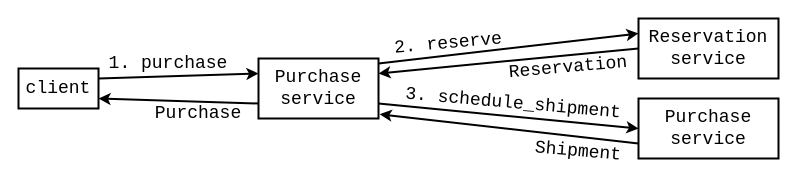
Earlier version of the draw.io diagram drawio/dive-deeper/error_handling-wrapping.drawio (rust-for-backend-developers/rust-for-backend-developers.github.io). Source tidied: cells renumbered, new cells numbered last; positions are measured from the earlier drawing's top-left corner, leaving out a move shared by most shapes. Both pictures are drawn from the tidied source at 100%, with x=0, y=0 at pixel (18, 18).
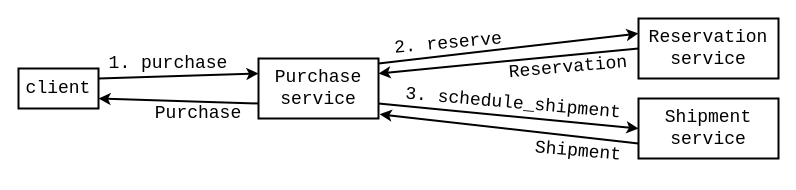
After the change.

What changed in the source:
```diff
@@
 <mxGraphModel>
   <root>
     <mxCell id="0" />
     <mxCell id="1" parent="0" />
     <mxCell id="2" style="rounded=0;jettySize=auto;html=1;exitX=1;exitY=0.25;exitDx=0;exitDy=0;entryX=0;entryY=0.25;entryDx=0;entryDy=0;strokeWidth=2;" parent="1" edge="1" source="3" target="7">
       <mxGeometry relative="1" as="geometry" />
     </mxCell>
     <mxCell id="3" value="&lt;font style=&quot;font-size: 18px;&quot; face=&quot;Courier New&quot;&gt;client&lt;/font&gt;" style="rounded=0;whiteSpace=wrap;html=1;fillColor=none;strokeWidth=2;" parent="1" vertex="1">
       <mxGeometry y="50" width="80" height="40" as="geometry" />
     </mxCell>
     <mxCell id="4" style="rounded=0;jettySize=auto;html=1;exitX=0;exitY=0.75;exitDx=0;exitDy=0;entryX=1;entryY=0.75;entryDx=0;entryDy=0;strokeWidth=2;" parent="1" edge="1" source="7" target="3">
       <mxGeometry relative="1" as="geometry" />
     </mxCell>
     <mxCell id="5" style="rounded=0;jettySize=auto;html=1;exitX=1;exitY=0.083;exitDx=0;exitDy=0;entryX=0;entryY=0.25;entryDx=0;entryDy=0;strokeWidth=2;exitPerimeter=0;" parent="1" edge="1" source="7" target="9">
       <mxGeometry relative="1" as="geometry" />
     </mxCell>
     <mxCell id="6" style="rounded=0;jettySize=auto;html=1;exitX=1;exitY=0.75;exitDx=0;exitDy=0;entryX=0;entryY=0.5;entryDx=0;entryDy=0;strokeWidth=2;" parent="1" edge="1" source="7" target="11">
       <mxGeometry relative="1" as="geometry" />
     </mxCell>
     <mxCell id="7" value="&lt;font face=&quot;Courier New&quot; style=&quot;font-size: 18px;&quot;&gt;Purchase&lt;br&gt;service&lt;/font&gt;" style="rounded=0;whiteSpace=wrap;html=1;strokeWidth=2;fillColor=none;" parent="1" vertex="1">
       <mxGeometry x="240" y="40" width="120" height="60" as="geometry" />
     </mxCell>
     <mxCell id="8" style="rounded=0;jettySize=auto;html=1;exitX=0;exitY=0.5;exitDx=0;exitDy=0;entryX=1;entryY=0.25;entryDx=0;entryDy=0;strokeWidth=2;" parent="1" edge="1" source="9" target="7">
       <mxGeometry relative="1" as="geometry" />
     </mxCell>
     <mxCell id="9" value="&lt;font face=&quot;Courier New&quot; style=&quot;font-size: 18px;&quot;&gt;Reservation&lt;br&gt;service&lt;/font&gt;" style="rounded=0;whiteSpace=wrap;html=1;strokeWidth=2;fillColor=none;" parent="1" vertex="1">
       <mxGeometry x="620" width="140" height="60" as="geometry" />
     </mxCell>
     <mxCell id="10" style="rounded=0;jettySize=auto;html=1;exitX=0;exitY=0.75;exitDx=0;exitDy=0;entryX=1.01;entryY=0.929;entryDx=0;entryDy=0;strokeWidth=2;entryPerimeter=0;" parent="1" edge="1" source="11" target="7">
       <mxGeometry relative="1" as="geometry" />
     </mxCell>
-    <mxCell id="11" value="&lt;font face=&quot;Courier New&quot; style=&quot;font-size: 18px;&quot;&gt;Purchase&lt;br&gt;service&lt;/font&gt;" style="rounded=0;whiteSpace=wrap;html=1;strokeWidth=2;fillColor=none;" parent="1" vertex="1">
+    <mxCell id="11" value="&lt;font face=&quot;Courier New&quot; style=&quot;font-size: 18px;&quot;&gt;Shipment&lt;br&gt;service&lt;/font&gt;" style="rounded=0;whiteSpace=wrap;html=1;strokeWidth=2;fillColor=none;" parent="1" vertex="1">
       <mxGeometry x="620" y="80" width="140" height="60" as="geometry" />
     </mxCell>
     <mxCell id="12" value="&lt;font style=&quot;font-size: 18px;&quot; face=&quot;Courier New&quot;&gt;1. purchase&lt;/font&gt;" style="text;html=1;whiteSpace=wrap;strokeColor=none;fillColor=none;align=center;verticalAlign=middle;rounded=0;" parent="1" vertex="1">
       <mxGeometry x="80" y="30" width="140" height="30" as="geometry" />
     </mxCell>
     <mxCell id="13" value="&lt;font style=&quot;font-size: 18px;&quot; face=&quot;Courier New&quot;&gt;Purchase&lt;/font&gt;" style="text;html=1;whiteSpace=wrap;strokeColor=none;fillColor=none;align=center;verticalAlign=middle;rounded=0;" parent="1" vertex="1">
       <mxGeometry x="110" y="80" width="140" height="30" as="geometry" />
     </mxCell>
     <mxCell id="14" value="&lt;font style=&quot;font-size: 18px;&quot; face=&quot;Courier New&quot;&gt;2. reserve&lt;/font&gt;" style="text;html=1;whiteSpace=wrap;strokeColor=none;fillColor=none;align=center;verticalAlign=middle;rounded=0;rotation=355;" parent="1" vertex="1">
       <mxGeometry x="360" y="10" width="140" height="30" as="geometry" />
     </mxCell>
     <mxCell id="15" value="&lt;font style=&quot;font-size: 18px;&quot; face=&quot;Courier New&quot;&gt;Reservation&lt;/font&gt;" style="text;html=1;whiteSpace=wrap;strokeColor=none;fillColor=none;align=center;verticalAlign=middle;rounded=0;rotation=355;" parent="1" vertex="1">
       <mxGeometry x="480" y="34" width="140" height="30" as="geometry" />
     </mxCell>
     <mxCell id="16" value="&lt;font style=&quot;font-size: 18px;&quot; face=&quot;Courier New&quot;&gt;3. schedule_shipment&lt;/font&gt;" style="text;html=1;whiteSpace=wrap;strokeColor=none;fillColor=none;align=center;verticalAlign=middle;rounded=0;rotation=5;" parent="1" vertex="1">
       <mxGeometry x="385" y="70" width="220" height="30" as="geometry" />
     </mxCell>
     <mxCell id="17" value="&lt;font style=&quot;font-size: 18px;&quot; face=&quot;Courier New&quot;&gt;Shipment&lt;/font&gt;" style="text;html=1;whiteSpace=wrap;strokeColor=none;fillColor=none;align=center;verticalAlign=middle;rounded=0;rotation=5;" parent="1" vertex="1">
       <mxGeometry x="490" y="118" width="140" height="30" as="geometry" />
     </mxCell>
   </root>
 </mxGraphModel>
```
